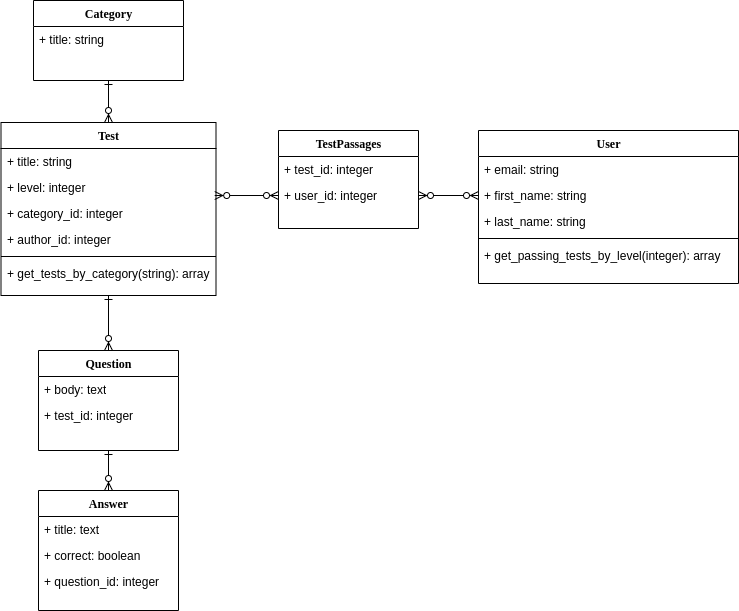
Before: Model_Diagram.png, a diagram exported from draw.io (ostbob/test-guru). Source tidied: cells renumbered, new cells last; positions are measured from the earlier drawing's top-left corner, leaving out a move shared by most shapes.
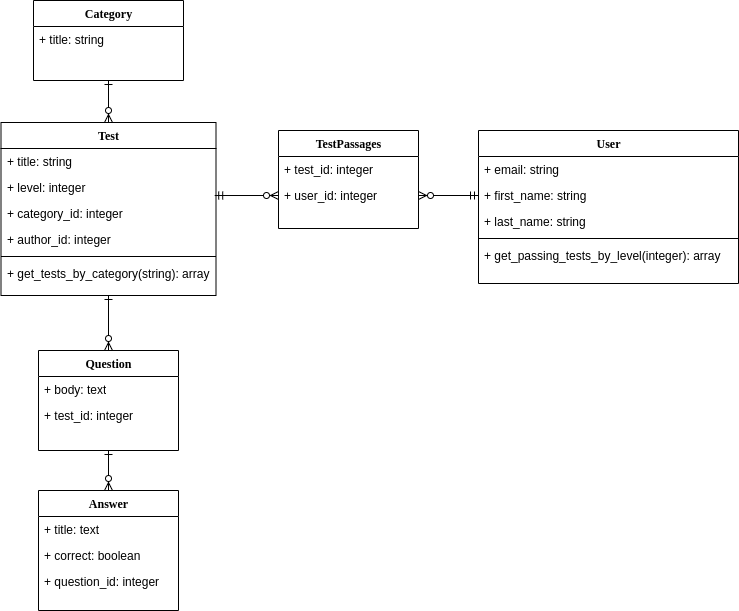
The same diagram one commit later.

What changed in the source:
```diff
@@ -86,10 +86,10 @@
     <mxCell id="29" style="endArrow=ERzeroToMany;startArrow=ERone;html=1;exitX=0.5;exitY=1;exitDx=0;exitDy=0;entryX=0.5;entryY=0;entryDx=0;entryDy=0;startFill=0;endFill=1;" parent="1" edge="1" source="5" target="7">
       <mxGeometry relative="1" as="geometry" />
     </mxCell>
-    <mxCell id="30" style="endArrow=ERzeroToMany;startArrow=ERzeroToMany;html=1;exitX=0.994;exitY=0.808;exitDx=0;exitDy=0;exitPerimeter=0;entryX=0;entryY=0.5;entryDx=0;entryDy=0;endFill=1;startFill=1;" parent="1" edge="1" source="9" target="4">
+    <mxCell id="30" style="endArrow=ERzeroToMany;startArrow=ERmandOne;html=1;exitX=0.994;exitY=0.808;exitDx=0;exitDy=0;exitPerimeter=0;entryX=0;entryY=0.5;entryDx=0;entryDy=0;endFill=1;startFill=0;" parent="1" edge="1" source="9" target="4">
       <mxGeometry relative="1" as="geometry" />
     </mxCell>
-    <mxCell id="31" style="endArrow=ERzeroToMany;startArrow=ERzeroToMany;html=1;exitX=1;exitY=0.5;exitDx=0;exitDy=0;startFill=1;endFill=1;" parent="1" edge="1" source="4">
+    <mxCell id="31" style="endArrow=ERmandOne;startArrow=ERzeroToMany;html=1;exitX=1;exitY=0.5;exitDx=0;exitDy=0;startFill=1;endFill=0;" parent="1" edge="1" source="4">
       <mxGeometry relative="1" as="geometry">
         <mxPoint x="478" y="195" as="targetPoint" />
       </mxGeometry>
```
